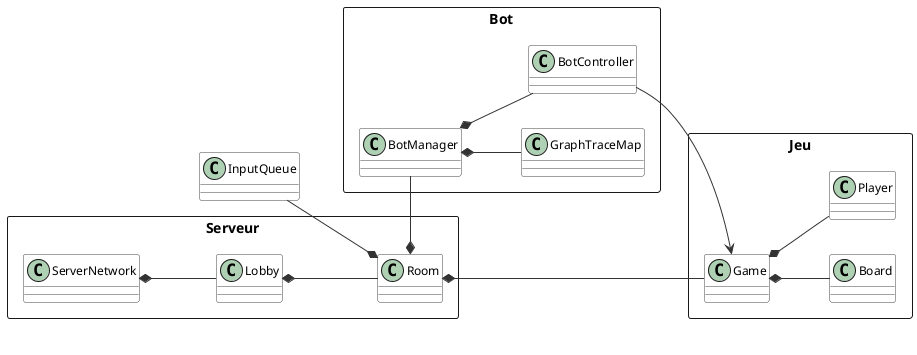
Before: Rapport/UML/PacMan_UML_Server_mini_2.png, a diagram exported from PlantUML (thomasctn/Projet_PacMan_En_Reseau). Its diagram source:
```plantuml
@startuml
left to right direction

skinparam classAttributeIconSize 0
skinparam shadowing false
skinparam ArrowColor #333333
skinparam ArrowThickness 1
skinparam ClassFontSize 12
skinparam ClassFontName Arial
skinparam ClassBackgroundColor #fdfdfd
skinparam ClassBorderColor #444444


rectangle "Serveur" {

class ServerNetwork {
}

class Lobby {
}

class Room {
}
}
rectangle "Jeu" {

class Game {
}

class Board {
}

class Player {
}
}
rectangle "Bot" {

class BotManager {
}

class BotController {
}

class GraphTraceMap {
}
}
class InputQueue {
}



ServerNetwork *-- Lobby
Lobby *-- Room
Room *-- Game
Room *-- BotManager
Room *-- InputQueue
Game *-- Board
Game *-- Player
BotManager *-- BotController
BotManager *-- GraphTraceMap



BotController --> Game

ServerNetwork -[hidden]- Game
Room -[hidden]- BotController
GraphTraceMap -[hidden]- Lobby

InputQueue -[hidden]- ServerNetwork
InputQueue -[hidden]- BotManager









@enduml
```
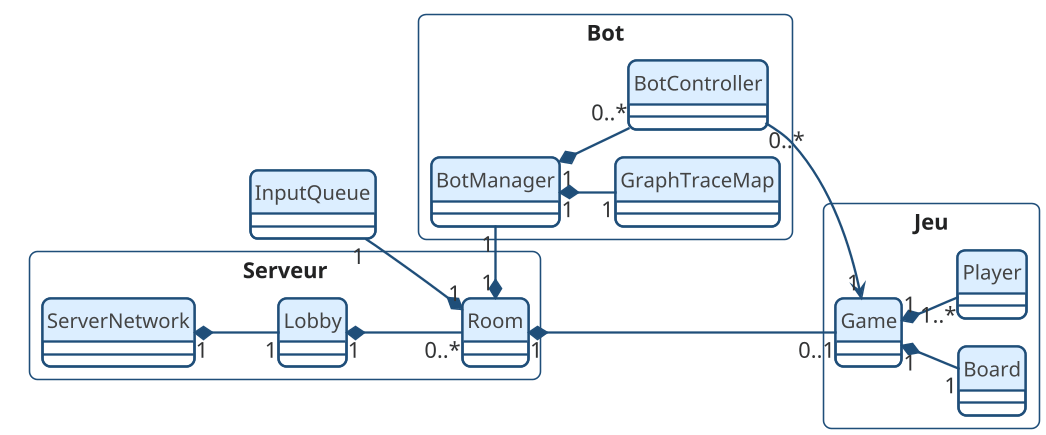
Above is the later version.

What changed in the source:
```diff
@@ -9,6 +9,7 @@
 skinparam ClassFontName Arial
 skinparam ClassBackgroundColor #fdfdfd
 skinparam ClassBorderColor #444444
+!include theme.puml
 
 
 rectangle "Serveur" {
@@ -49,19 +50,22 @@
 
 
 
-ServerNetwork *-- Lobby
-Lobby *-- Room
-Room *-- Game
-Room *-- BotManager
-Room *-- InputQueue
-Game *-- Board
-Game *-- Player
-BotManager *-- BotController
-BotManager *-- GraphTraceMap
+ServerNetwork "1" *-- "1" Lobby
 
+Lobby "1" *-- "0..*" Room
 
+Room "1" *-- "0..1" Game
+Room "1" *-- "1" BotManager
+Room "1" *-- "1" InputQueue
 
-BotController --> Game
+Game "1" *-- "1" Board
+Game "1" *-- "1..*" Player
+
+BotManager "1" *-- "0..*" BotController
+BotManager "1" *-- "1" GraphTraceMap
+
+BotController "0..*" --> "1" Game
+
 
 ServerNetwork -[hidden]- Game
 Room -[hidden]- BotController
```
